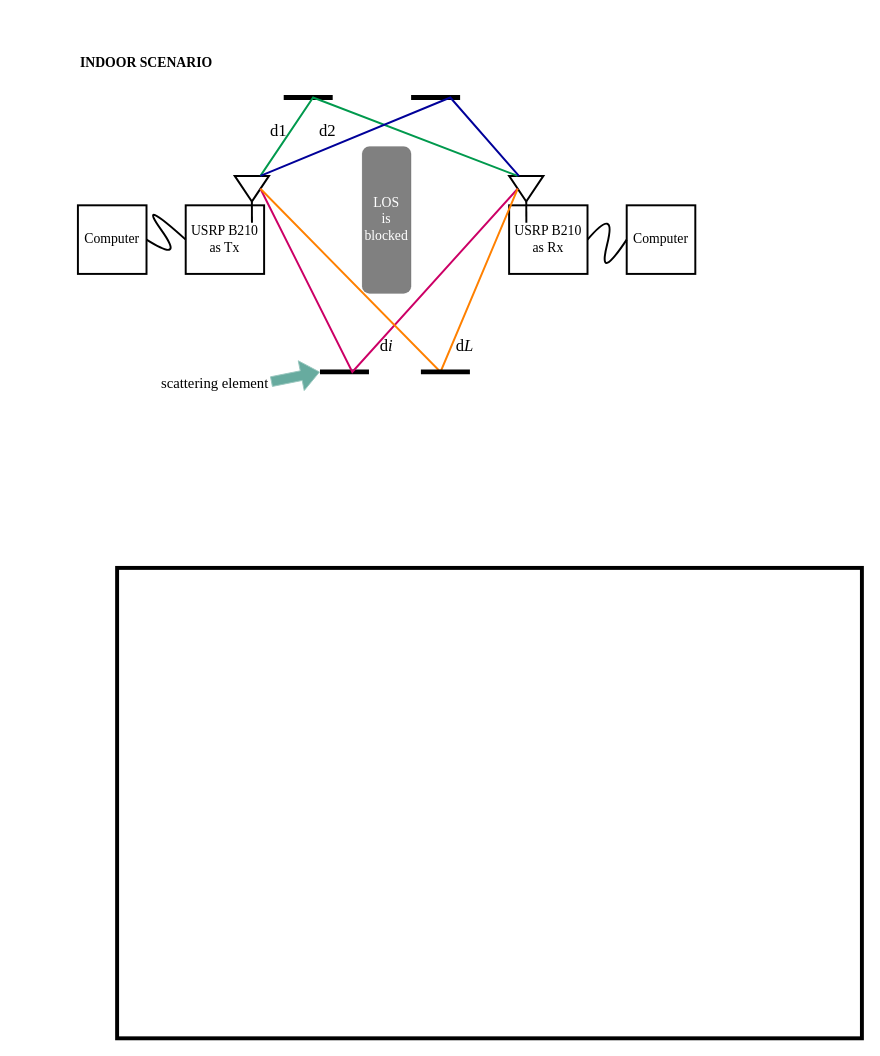
troders34/research keeps this draw.io diagram as page "setup" (8 of 8) of mod.drawio. Above is the earlier version. Source tidied: cells renumbered, new cells numbered last; positions are measured from the earlier drawing's top-left corner, leaving out a move shared by most shapes. Both pictures are drawn from the tidied source at 98%, with x=0, y=0 at pixel (48, 48).
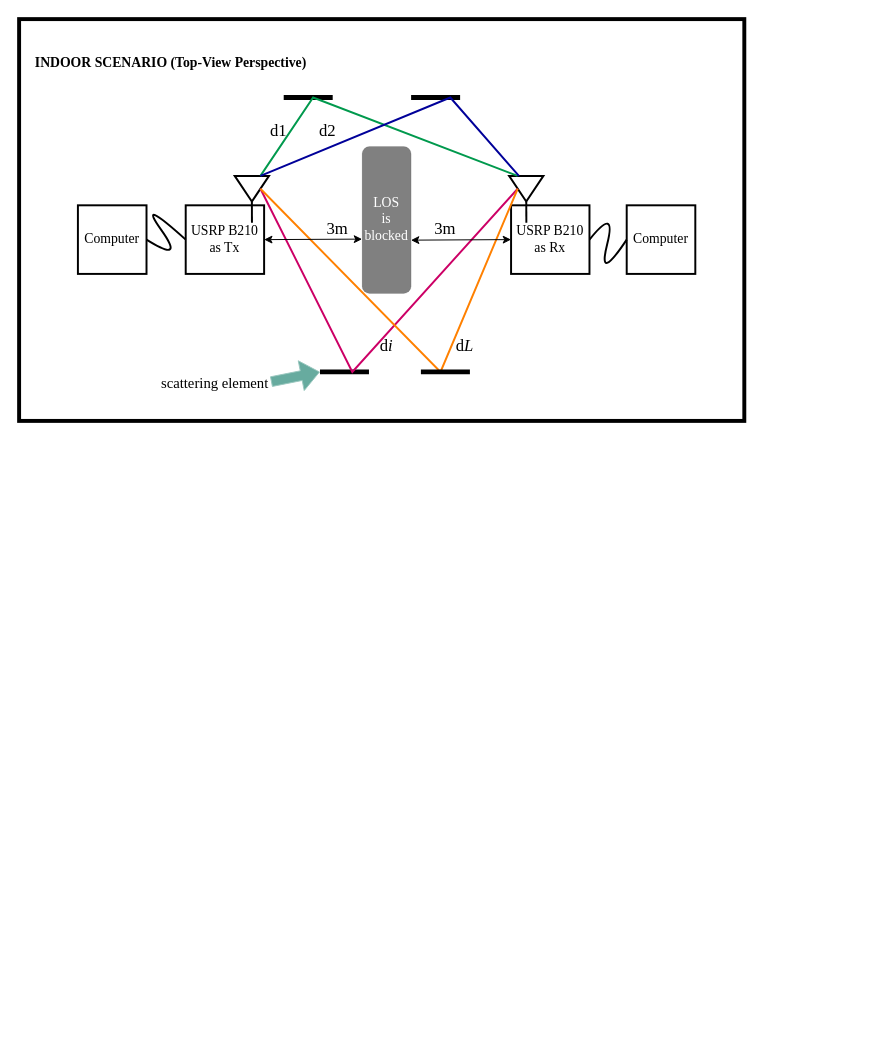
Above is the later version.

The change refers to these unchanged cells:
```xml
<mxCell id="3" value="USRP B210&lt;div&gt;as Tx&lt;/div&gt;" style="rounded=0;whiteSpace=wrap;html=1;fillColor=default;fontFamily=Times New Roman;fontSize=14;strokeWidth=2;" parent="1" vertex="1">
  <mxGeometry x="140" y="160" width="80" height="70" as="geometry" />
</mxCell>
<mxCell id="6" value="&lt;font style=&quot;color: rgb(255, 255, 255);&quot;&gt;LOS&lt;/font&gt;&lt;div&gt;&lt;font style=&quot;color: rgb(255, 255, 255);&quot;&gt;is blocked&lt;/font&gt;&lt;/div&gt;" style="rounded=1;whiteSpace=wrap;html=1;fillColor=#808080;strokeWidth=0;fontFamily=Times New Roman;fontSize=14;" parent="1" vertex="1">
  <mxGeometry x="320" y="100" width="50" height="150" as="geometry" />
</mxCell>
```

Diff of the diagram source:
```diff
@@
     <mxCell id="2" style="rounded=0;whiteSpace=wrap;html=1;strokeWidth=4;fontFamily=Times New Roman;fontSize=14;" parent="1" vertex="1">
-      <mxGeometry x="70" y="530" width="760" height="480" as="geometry" />
+      <mxGeometry x="-30" y="-30" width="740" height="410" as="geometry" />
     </mxCell>
@@
-    <mxCell id="7" value="INDOOR SCENARIO" style="text;html=1;align=center;verticalAlign=middle;whiteSpace=wrap;rounded=0;fontFamily=Times New Roman;fontStyle=1;fontSize=14;" parent="1" vertex="1">
-      <mxGeometry width="200" height="30" as="geometry" />
+    <mxCell id="7" value="INDOOR SCENARIO (Top-View Perspective)" style="text;html=1;align=center;verticalAlign=middle;whiteSpace=wrap;rounded=0;fontFamily=Times New Roman;fontStyle=1;fontSize=14;" parent="1" vertex="1">
+      <mxGeometry x="-30" width="310" height="30" as="geometry" />
     </mxCell>
@@
     <mxCell id="13" value="USRP B210&lt;div&gt;as Rx&lt;/div&gt;" style="rounded=0;whiteSpace=wrap;html=1;fillColor=default;fontFamily=Times New Roman;fontSize=14;strokeWidth=2;" parent="1" vertex="1">
-      <mxGeometry x="470" y="160" width="80" height="70" as="geometry" />
+      <mxGeometry x="472" y="160" width="80" height="70" as="geometry" />
     </mxCell>
@@
+    <mxCell id="31" style="endArrow=classic;startArrow=classic;html=1;rounded=0;exitX=1;exitY=0.5;exitDx=0;exitDy=0;entryX=0;entryY=0.63;entryDx=0;entryDy=0;entryPerimeter=0;" parent="1" edge="1" source="3" target="6">
+      <mxGeometry relative="1" as="geometry" />
+    </mxCell>
+    <mxCell id="32" style="endArrow=classic;startArrow=classic;html=1;rounded=0;entryX=0.997;entryY=0.637;entryDx=0;entryDy=0;entryPerimeter=0;exitX=0;exitY=0.5;exitDx=0;exitDy=0;" parent="1" edge="1" source="13" target="6">
+      <mxGeometry relative="1" as="geometry" />
+    </mxCell>
+    <mxCell id="33" value="3m" style="text;html=1;align=center;verticalAlign=middle;whiteSpace=wrap;rounded=0;fontFamily=Times New Roman;fontSize=17;" parent="1" vertex="1">
+      <mxGeometry x="280" y="170" width="30" height="30" as="geometry" />
+    </mxCell>
+    <mxCell id="34" value="3m" style="text;html=1;align=center;verticalAlign=middle;whiteSpace=wrap;rounded=0;fontFamily=Times New Roman;fontSize=17;" parent="1" vertex="1">
+      <mxGeometry x="390" y="170" width="30" height="30" as="geometry" />
+    </mxCell>
```
